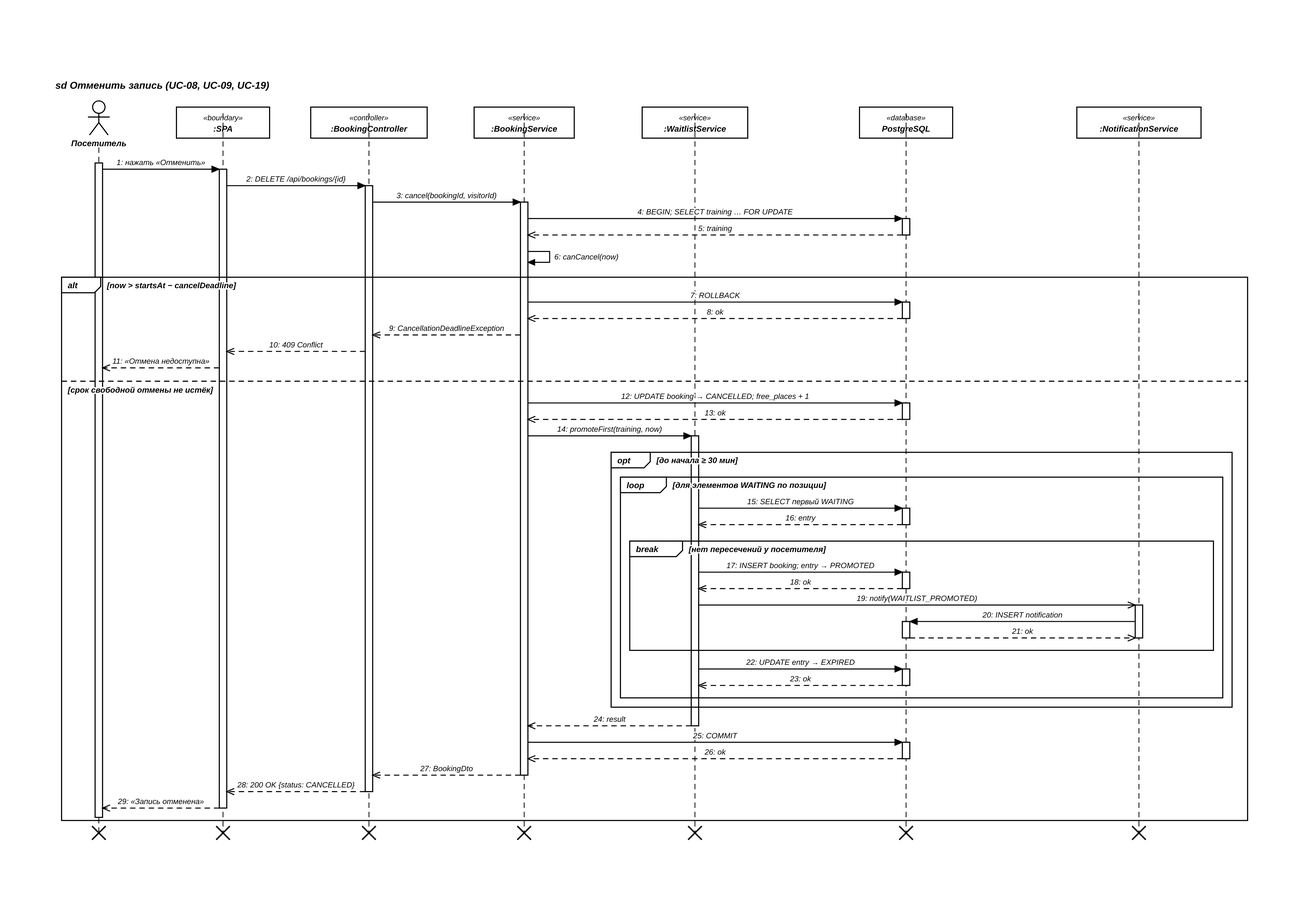
The PlantUML diagram docs/uml/img/sequence-cancel.png in BSUIR-SDLC/SDLC, before a commit. Its source is kept beside it as docs/uml/diagrams/sequence-cancel.puml.
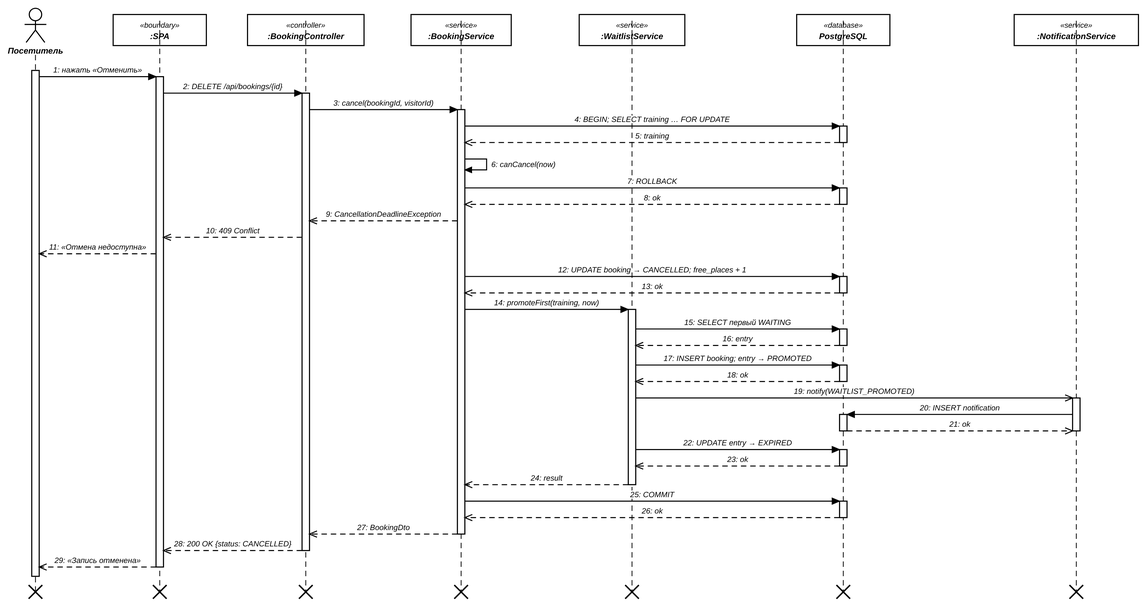
After the change.

Diff of the diagram source:
```diff
@@ -25,59 +25,50 @@
 deactivate DB
 S -> S : canCancel(now)
 
-alt now > startsAt − cancelDeadline
-  S -> DB : ROLLBACK
-  activate DB
-  DB --> S : ok
-  deactivate DB
-  S --> C : CancellationDeadlineException
-  C --> SPA : 409 Conflict
-  SPA --> V : «Отмена недоступна»
-else срок свободной отмены не истёк
-  S -> DB : UPDATE booking → CANCELLED; free_places + 1
-  activate DB
-  DB --> S : ok
-  deactivate DB
-  S -> W : promoteFirst(training, now)
-  activate W
-  opt до начала ≥ 30 мин
-    loop для элементов WAITING по позиции
-      W -> DB : SELECT первый WAITING
-      activate DB
-      DB --> W : entry
-      deactivate DB
-      break нет пересечений у посетителя
-        W -> DB : INSERT booking; entry → PROMOTED
-        activate DB
-        DB --> W : ok
-        deactivate DB
-        W ->> N : notify(WAITLIST_PROMOTED)
-        activate N
-        N -> DB : INSERT notification
-        activate DB
-        DB --> N : ok
-        deactivate DB
-        deactivate N
-      end
-      W -> DB : UPDATE entry → EXPIRED
-      activate DB
-      DB --> W : ok
-      deactivate DB
-    end
-  end
-  W --> S : result
-  deactivate W
-  S -> DB : COMMIT
-  activate DB
-  DB --> S : ok
-  deactivate DB
-  S --> C : BookingDto
-  deactivate S
-  C --> SPA : 200 OK {status: CANCELLED}
-  deactivate C
-  SPA --> V : «Запись отменена»
-  deactivate SPA
-end
+S -> DB : ROLLBACK
+activate DB
+DB --> S : ok
+deactivate DB
+S --> C : CancellationDeadlineException
+C --> SPA : 409 Conflict
+SPA --> V : «Отмена недоступна»
+S -> DB : UPDATE booking → CANCELLED; free_places + 1
+activate DB
+DB --> S : ok
+deactivate DB
+S -> W : promoteFirst(training, now)
+activate W
+W -> DB : SELECT первый WAITING
+activate DB
+DB --> W : entry
+deactivate DB
+W -> DB : INSERT booking; entry → PROMOTED
+activate DB
+DB --> W : ok
+deactivate DB
+W ->> N : notify(WAITLIST_PROMOTED)
+activate N
+N -> DB : INSERT notification
+activate DB
+DB --> N : ok
+deactivate DB
+deactivate N
+W -> DB : UPDATE entry → EXPIRED
+activate DB
+DB --> W : ok
+deactivate DB
+W --> S : result
+deactivate W
+S -> DB : COMMIT
+activate DB
+DB --> S : ok
+deactivate DB
+S --> C : BookingDto
+deactivate S
+C --> SPA : 200 OK {status: CANCELLED}
+deactivate C
+SPA --> V : «Запись отменена»
+deactivate SPA
 deactivate V
 
 destroy V
```
